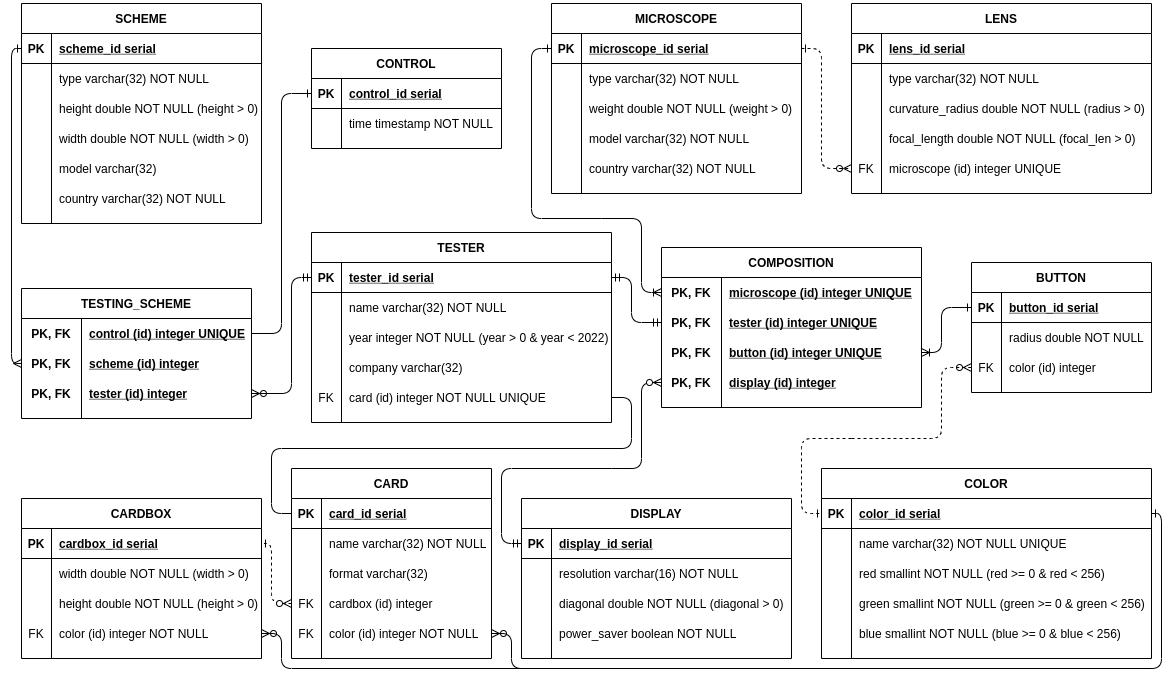
The draw.io diagram docs/datalogical-model.png in insaniss/information-systems-and-databases, before a commit. Source tidied: cells renumbered, new cells last; positions are measured from the earlier drawing's top-left corner, leaving out a move shared by most shapes.
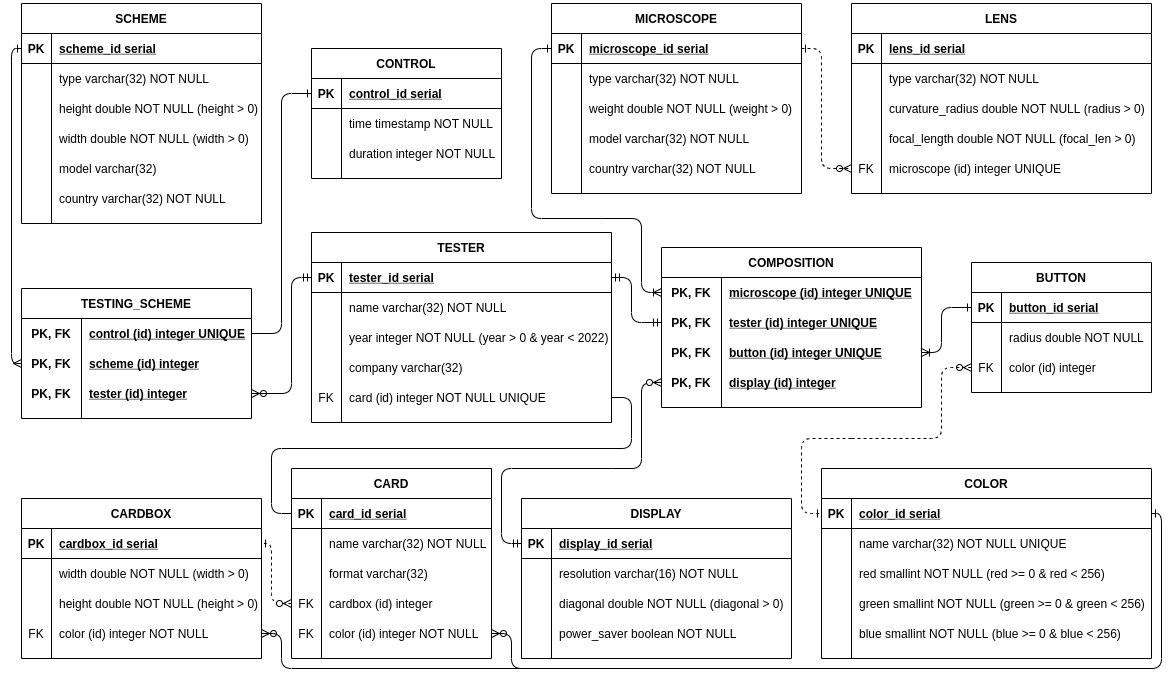
Above is the later version.

Diff of the diagram source:
```diff
@@ -60,7 +60,7 @@
       <mxGeometry x="30" width="210" height="30" as="geometry" />
     </mxCell>
     <mxCell id="21" value="CONTROL" style="shape=table;startSize=30;rowLines=0;fontStyle=1;align=center;hachureGap=4;fillColor=none;" parent="1" vertex="1">
-      <mxGeometry x="300" y="45" width="190" height="100" as="geometry" />
+      <mxGeometry x="300" y="45" width="190" height="130" as="geometry" />
     </mxCell>
     <mxCell id="22" style="shape=partialRectangle;fillColor=none;top=0;left=0;bottom=1;right=0;points=[[0,0.5],[1,0.5]];portConstraint=eastwest;" parent="21" vertex="1">
       <mxGeometry y="30" width="190" height="30" as="geometry" />
@@ -80,6 +80,15 @@
     <mxCell id="27" value="time timestamp NOT NULL" style="shape=partialRectangle;fillColor=none;top=0;left=0;bottom=0;right=0;align=left;spacingLeft=6;overflow=hidden;" parent="25" vertex="1">
       <mxGeometry x="30" width="160" height="30" as="geometry" />
     </mxCell>
+    <mxCell id="185" style="shape=partialRectangle;fillColor=none;top=0;left=0;bottom=0;right=0;" parent="21" vertex="1">
+      <mxGeometry y="90" width="190" height="30" as="geometry" />
+    </mxCell>
+    <mxCell id="186" style="shape=partialRectangle;fillColor=none;top=0;left=0;bottom=0;right=0;overflow=hidden;" parent="185" vertex="1">
+      <mxGeometry width="30" height="30" as="geometry" />
+    </mxCell>
+    <mxCell id="187" value="duration integer NOT NULL" style="shape=partialRectangle;fillColor=none;top=0;left=0;bottom=0;right=0;align=left;spacingLeft=6;overflow=hidden;" parent="185" vertex="1">
+      <mxGeometry x="30" width="160" height="30" as="geometry" />
+    </mxCell>
     <mxCell id="28" value="MICROSCOPE" style="shape=table;startSize=30;rowLines=0;fontStyle=1;align=center;hachureGap=4;fillColor=none;" parent="1" vertex="1">
       <mxGeometry x="540" width="250" height="190" as="geometry" />
     </mxCell>
@@ -428,7 +437,7 @@
     <mxCell id="143" value="color (id) integer" style="shape=partialRectangle;fillColor=none;top=0;left=0;bottom=0;right=0;align=left;spacingLeft=6;overflow=hidden;" parent="141" vertex="1">
       <mxGeometry x="30" width="150" height="30" as="geometry" />
     </mxCell>
-    <mxCell id="144" value="TESTING_SCHEME" style="shape=table;startSize=30;rowLines=0;fontStyle=1;align=center;hachureGap=4;" parent="1" vertex="1">
+    <mxCell id="144" value="TESTING_SCHEME" style="shape=table;startSize=30;rowLines=0;fontStyle=1;align=center;hachureGap=4;fillColor=none;" parent="1" vertex="1">
       <mxGeometry x="10" y="285" width="230" height="130" as="geometry" />
     </mxCell>
     <mxCell id="145" style="shape=partialRectangle;fillColor=none;top=0;left=0;bottom=0;right=0;points=[[0,0.5],[1,0.5]];portConstraint=eastwest;" parent="144" vertex="1">
@@ -458,7 +467,7 @@
     <mxCell id="153" value="tester (id) integer" style="shape=partialRectangle;fillColor=none;top=0;left=0;bottom=0;right=0;align=left;spacingLeft=6;fontStyle=5;overflow=hidden;" parent="151" vertex="1">
       <mxGeometry x="60" width="170" height="30" as="geometry" />
     </mxCell>
-    <mxCell id="154" value="COMPOSITION" style="shape=table;startSize=30;rowLines=0;fontStyle=1;align=center;hachureGap=4;" parent="1" vertex="1">
+    <mxCell id="154" value="COMPOSITION" style="shape=table;startSize=30;rowLines=0;fontStyle=1;align=center;hachureGap=4;fillColor=none;" parent="1" vertex="1">
       <mxGeometry x="650" y="244" width="260" height="160" as="geometry" />
     </mxCell>
     <mxCell id="155" style="shape=partialRectangle;fillColor=none;top=0;left=0;bottom=0;right=0;points=[[0,0.5],[1,0.5]];portConstraint=eastwest;" parent="154" vertex="1">
```
